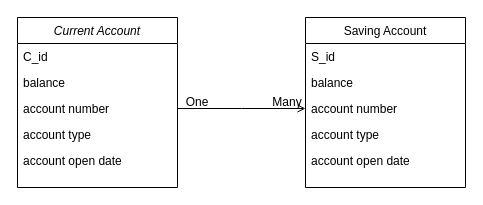
The draw.io diagram Untitled Diagram.drawio in S1cca/Project_QA, before the edit. Source tidied: cells renumbered, new cells numbered last; positions are measured from the earlier drawing's top-left corner, leaving out a move shared by most shapes. Both pictures are drawn from the tidied source at 100%, with x=0, y=0 at pixel (17, 17).
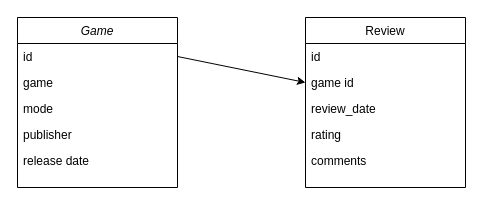
After the change.

What changed in the source:
```diff
@@
 <mxGraphModel background="#FFFFFF">
   <root>
     <mxCell id="0" />
     <mxCell id="1" parent="0" />
-    <mxCell id="2" value="Current Account" style="swimlane;fontStyle=2;align=center;verticalAlign=top;horizontal=1;startSize=26;rounded=0;shadow=0;strokeWidth=1;labelBackgroundColor=none;labelBorderColor=none;gradientColor=none;swimlaneFillColor=none;" parent="1" vertex="1">
+    <mxCell id="2" value="Game" style="swimlane;fontStyle=2;align=center;verticalAlign=top;horizontal=1;startSize=26;rounded=0;shadow=0;strokeWidth=1;labelBackgroundColor=none;labelBorderColor=none;gradientColor=none;swimlaneFillColor=none;" parent="1" vertex="1">
       <mxGeometry width="160" height="170" as="geometry" />
     </mxCell>
-    <mxCell id="3" value="C_id" style="text;align=left;verticalAlign=top;spacingLeft=4;spacingRight=4;overflow=hidden;points=[[0,0.5],[1,0.5]];portConstraint=eastwest;labelBackgroundColor=none;labelBorderColor=none;" parent="2" vertex="1">
+    <mxCell id="3" value="id" style="text;align=left;verticalAlign=top;spacingLeft=4;spacingRight=4;overflow=hidden;points=[[0,0.5],[1,0.5]];portConstraint=eastwest;labelBackgroundColor=none;labelBorderColor=none;" parent="2" vertex="1">
       <mxGeometry y="26" width="160" height="26" as="geometry" />
     </mxCell>
-    <mxCell id="4" value="balance  " style="text;align=left;verticalAlign=top;spacingLeft=4;spacingRight=4;overflow=hidden;rounded=0;shadow=0;html=0;labelBackgroundColor=none;labelBorderColor=none;" parent="2" vertex="1">
+    <mxCell id="4" value="game" style="text;align=left;verticalAlign=top;spacingLeft=4;spacingRight=4;overflow=hidden;rounded=0;shadow=0;html=0;labelBackgroundColor=none;labelBorderColor=none;" parent="2" vertex="1">
       <mxGeometry y="52" width="160" height="26" as="geometry" />
     </mxCell>
-    <mxCell id="5" value="account number &#10;&#10;" style="text;align=left;verticalAlign=top;spacingLeft=4;spacingRight=4;overflow=hidden;points=[[0,0.5],[1,0.5]];portConstraint=eastwest;rounded=0;shadow=0;html=0;labelBackgroundColor=none;labelBorderColor=none;" parent="2" vertex="1">
+    <mxCell id="5" value="mode    " style="text;align=left;verticalAlign=top;spacingLeft=4;spacingRight=4;overflow=hidden;points=[[0,0.5],[1,0.5]];portConstraint=eastwest;rounded=0;shadow=0;html=0;labelBackgroundColor=none;labelBorderColor=none;" parent="2" vertex="1">
       <mxGeometry y="78" width="160" height="26" as="geometry" />
     </mxCell>
-    <mxCell id="6" value="account type" style="text;align=left;verticalAlign=top;spacingLeft=4;spacingRight=4;overflow=hidden;labelBackgroundColor=none;labelBorderColor=none;" parent="2" vertex="1">
+    <mxCell id="6" value="publisher" style="text;align=left;verticalAlign=top;spacingLeft=4;spacingRight=4;overflow=hidden;labelBackgroundColor=none;labelBorderColor=none;" parent="2" vertex="1">
       <mxGeometry y="104" width="160" height="26" as="geometry" />
     </mxCell>
-    <mxCell id="7" value="account open date" style="text;align=left;verticalAlign=top;spacingLeft=4;spacingRight=4;overflow=hidden;labelBackgroundColor=none;labelBorderColor=none;" parent="2" vertex="1">
+    <mxCell id="7" value="release date" style="text;align=left;verticalAlign=top;spacingLeft=4;spacingRight=4;overflow=hidden;labelBackgroundColor=none;labelBorderColor=none;" parent="2" vertex="1">
       <mxGeometry y="130" width="160" height="26" as="geometry" />
     </mxCell>
-    <mxCell id="8" value="Saving Account" style="swimlane;fontStyle=0;align=center;verticalAlign=top;horizontal=1;startSize=26;rounded=0;shadow=0;strokeWidth=1;" parent="1" vertex="1">
+    <mxCell id="8" value="Review" style="swimlane;fontStyle=0;align=center;verticalAlign=top;horizontal=1;startSize=26;rounded=0;shadow=0;strokeWidth=1;" parent="1" vertex="1">
       <mxGeometry x="288" width="160" height="170" as="geometry" />
     </mxCell>
-    <mxCell id="9" value="S_id    " style="text;align=left;verticalAlign=top;spacingLeft=4;spacingRight=4;overflow=hidden;" parent="8" vertex="1">
+    <mxCell id="9" value="id" style="text;align=left;verticalAlign=top;spacingLeft=4;spacingRight=4;overflow=hidden;" parent="8" vertex="1">
       <mxGeometry y="26" width="160" height="26" as="geometry" />
     </mxCell>
-    <mxCell id="10" value="balance" style="text;align=left;verticalAlign=top;spacingLeft=4;spacingRight=4;overflow=hidden;points=[[0,0.5],[1,0.5]];portConstraint=eastwest;rounded=0;shadow=0;" parent="8" vertex="1">
+    <mxCell id="10" value="game id" style="text;align=left;verticalAlign=top;spacingLeft=4;spacingRight=4;overflow=hidden;points=[[0,0.5],[1,0.5]];portConstraint=eastwest;rounded=0;shadow=0;" parent="8" vertex="1">
       <mxGeometry y="52" width="160" height="26" as="geometry" />
     </mxCell>
-    <mxCell id="11" value="account number" style="text;align=left;verticalAlign=top;spacingLeft=4;spacingRight=4;overflow=hidden;rounded=0;shadow=0;" parent="8" vertex="1">
+    <mxCell id="11" value="review_date" style="text;align=left;verticalAlign=top;spacingLeft=4;spacingRight=4;overflow=hidden;rounded=0;shadow=0;" parent="8" vertex="1">
       <mxGeometry y="78" width="160" height="26" as="geometry" />
     </mxCell>
-    <mxCell id="12" value="account type" style="text;align=left;verticalAlign=top;spacingLeft=4;spacingRight=4;overflow=hidden;labelBackgroundColor=none;labelBorderColor=none;" parent="8" vertex="1">
+    <mxCell id="12" value="rating" style="text;align=left;verticalAlign=top;spacingLeft=4;spacingRight=4;overflow=hidden;labelBackgroundColor=none;labelBorderColor=none;" parent="8" vertex="1">
       <mxGeometry y="104" width="160" height="26" as="geometry" />
     </mxCell>
-    <mxCell id="13" value="account open date" style="text;align=left;verticalAlign=top;spacingLeft=4;spacingRight=4;overflow=hidden;rounded=0;shadow=0;" parent="8" vertex="1">
+    <mxCell id="13" value="comments" style="text;align=left;verticalAlign=top;spacingLeft=4;spacingRight=4;overflow=hidden;rounded=0;shadow=0;" parent="8" vertex="1">
       <mxGeometry y="130" width="160" height="26" as="geometry" />
     </mxCell>
-    <mxCell id="14" style="endArrow=open;shadow=0;strokeWidth=1;rounded=0;endFill=1;edgeStyle=elbowEdgeStyle;elbow=vertical;" parent="1" edge="1" source="5" target="8">
-      <mxGeometry x="0.5" y="41" relative="1" as="geometry">
-        <mxPoint x="-40" y="32" as="offset" />
-      </mxGeometry>
-    </mxCell>
-    <mxCell id="15" value="One" style="text;html=1;strokeColor=none;fillColor=none;align=center;verticalAlign=middle;whiteSpace=wrap;rounded=0;shadow=0;labelBackgroundColor=none;labelBorderColor=none;" parent="1" vertex="1">
-      <mxGeometry x="150" y="70" width="60" height="30" as="geometry" />
-    </mxCell>
-    <mxCell id="16" value="Many" style="text;html=1;strokeColor=none;fillColor=none;align=center;verticalAlign=middle;whiteSpace=wrap;rounded=0;shadow=0;labelBackgroundColor=none;labelBorderColor=none;" parent="1" vertex="1">
-      <mxGeometry x="240" y="70" width="60" height="30" as="geometry" />
-    </mxCell>
+    <mxCell id="17" style="endArrow=classic;html=1;rounded=0;exitX=1;exitY=0.5;exitDx=0;exitDy=0;entryX=0;entryY=0.5;entryDx=0;entryDy=0;" parent="1" edge="1" source="3" target="10">
+      <mxGeometry relative="1" as="geometry" />
+    </mxCell>
   </root>
 </mxGraphModel>
```
